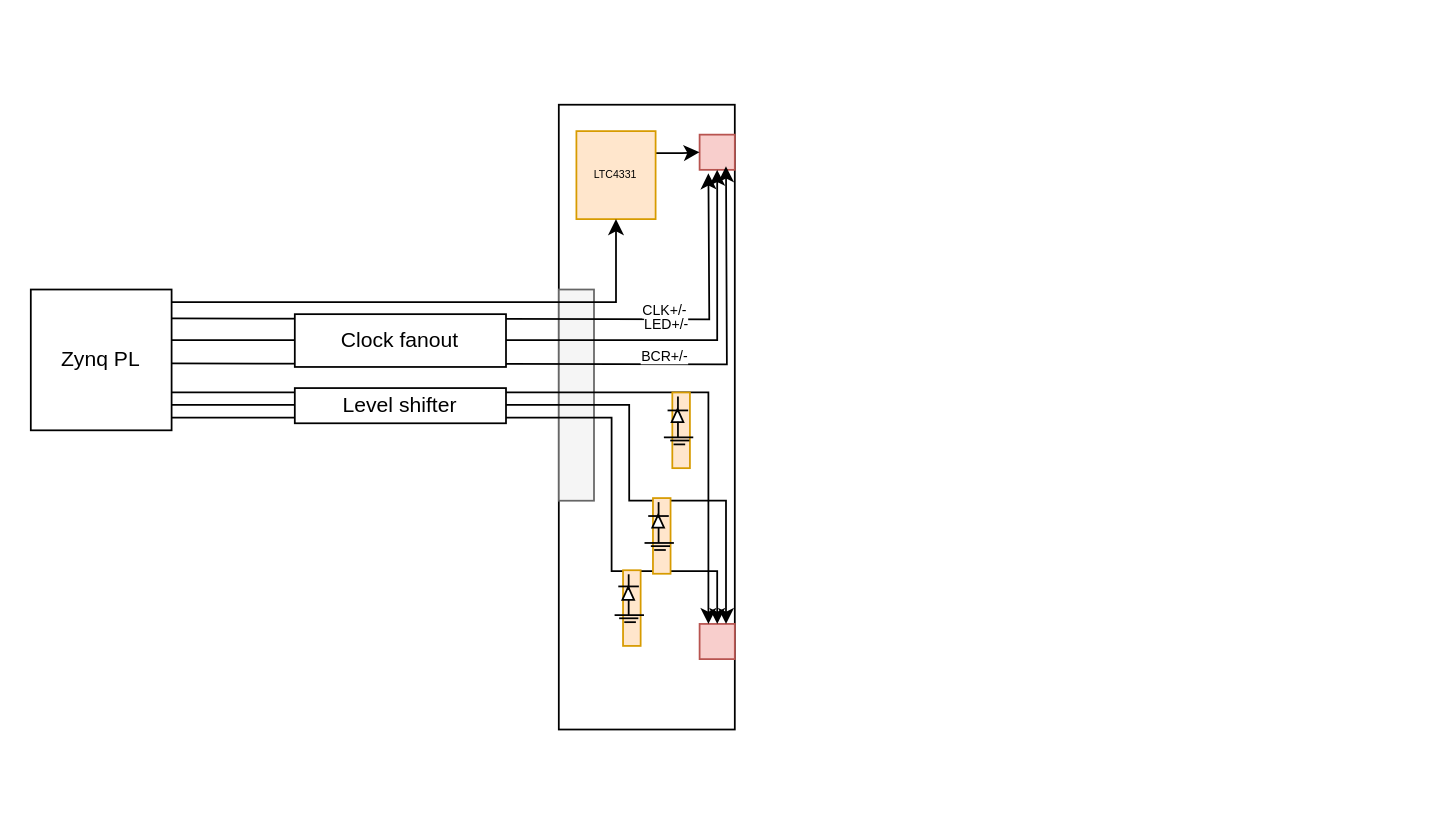
Above: LDMX_TS_I2C_patch.drawio in awhitbeck/drawio (draw.io), before the change. Source tidied: cells renumbered, new cells numbered last; positions are measured from the earlier drawing's top-left corner, leaving out a move shared by most shapes. Both pictures are drawn from the tidied source at 176%, with x=0, y=0 at pixel (30, 104).
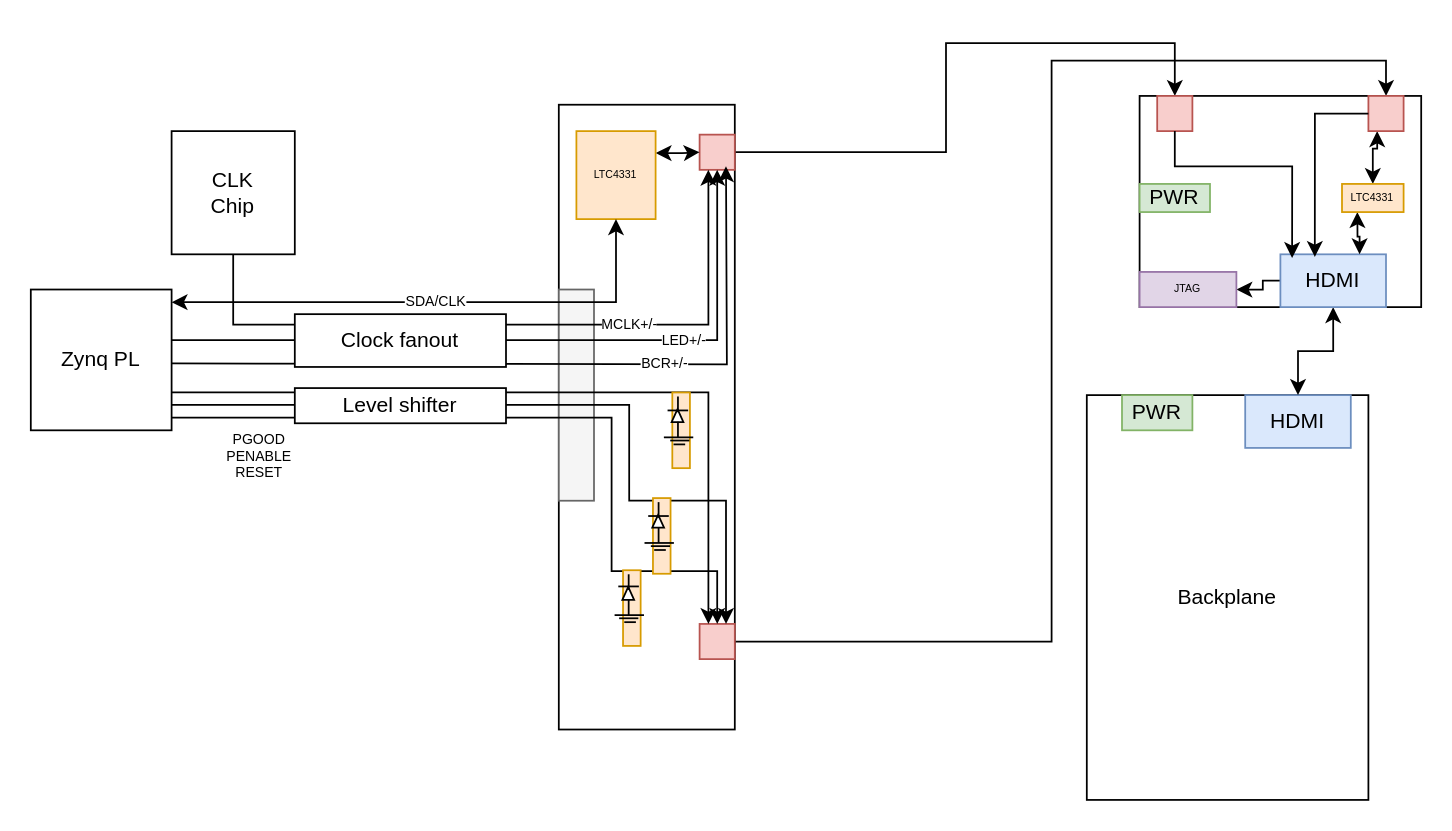
The same diagram, later.

The change refers to these unchanged cells:
```xml
<mxCell id="2" value="Zynq PL" style="whiteSpace=wrap;html=1;points=[[0,0,0,0,0],[0,0.25,0,0,0],[0,0.5,0,0,0],[0,0.75,0,0,0],[0,1,0,0,0],[0.25,0,0,0,0],[0.25,1,0,0,0],[0.5,0,0,0,0],[0.5,1,0,0,0],[0.75,0,0,0,0],[0.75,1,0,0,0],[1,0,0,0,0],[1,0.09,0,0,0],[1,0.18,0,0,0],[1,0.27,0,0,0],[1,0.36,0,0,0],[1,0.45,0,0,0],[1,0.55,0,0,0],[1,0.64,0,0,0],[1,0.73,0,0,0],[1,0.82,0,0,0],[1,0.91,0,0,0],[1,1,0,0,0]];" parent="1" vertex="1">
  <mxGeometry y="105" width="80" height="80" as="geometry" />
</mxCell>
<mxCell id="4" style="rounded=0;whiteSpace=wrap;html=1;fillColor=#f8cecc;strokeColor=#b85450;" parent="1" vertex="1">
  <mxGeometry x="380" y="17" width="20" height="20" as="geometry" />
</mxCell>
<mxCell id="7" value="LTC4331" style="rounded=0;whiteSpace=wrap;html=1;fillColor=#ffe6cc;strokeColor=#d79b00;fontSize=6;" parent="1" vertex="1">
  <mxGeometry x="310" y="15" width="45" height="50" as="geometry" />
</mxCell>
<mxCell id="8" style="rounded=0;whiteSpace=wrap;html=1;fillColor=#f8cecc;strokeColor=#b85450;" parent="1" vertex="1">
  <mxGeometry x="380" y="295" width="20" height="20" as="geometry" />
</mxCell>
```

Change to the diagram source:
```diff
@@
+    <mxCell id="42" style="edgeStyle=orthogonalEdgeStyle;rounded=0;jettySize=auto;html=1;exitX=1;exitY=0.5;exitDx=0;exitDy=0;entryX=0.5;entryY=0;entryDx=0;entryDy=0;" parent="1" edge="1" source="4" target="53">
+      <mxGeometry relative="1" as="geometry">
+        <Array as="points">
+          <mxPoint x="520" y="27" />
+          <mxPoint x="520" y="-35" />
+          <mxPoint x="650" y="-35" />
+        </Array>
+      </mxGeometry>
+    </mxCell>
@@
-    <mxCell id="6" style="edgeStyle=orthogonalEdgeStyle;rounded=0;jettySize=auto;html=1;exitX=1;exitY=0.25;exitDx=0;exitDy=0;entryX=0;entryY=0.5;entryDx=0;entryDy=0;" parent="1" edge="1" source="7" target="4">
+    <mxCell id="6" style="edgeStyle=orthogonalEdgeStyle;rounded=0;jettySize=auto;html=1;exitX=1;exitY=0.25;exitDx=0;exitDy=0;entryX=0;entryY=0.5;entryDx=0;entryDy=0;startArrow=classic;startFill=1;" parent="1" edge="1" source="7" target="4">
       <mxGeometry relative="1" as="geometry">
         <Array as="points">
           <mxPoint x="370" y="27" />
         </Array>
       </mxGeometry>
     </mxCell>
@@
+    <mxCell id="43" style="edgeStyle=orthogonalEdgeStyle;rounded=0;jettySize=auto;html=1;exitX=1;exitY=0.5;exitDx=0;exitDy=0;entryX=0.5;entryY=0;entryDx=0;entryDy=0;" parent="1" edge="1" source="8" target="55">
+      <mxGeometry relative="1" as="geometry" />
+    </mxCell>
@@
-    <mxCell id="12" value="CLK+/-" style="edgeStyle=orthogonalEdgeStyle;rounded=0;orthogonalLoop=1;jettySize=auto;html=1;exitX=1;exitY=0.18;exitDx=0;exitDy=0;exitPerimeter=0;entryX=0.25;entryY=1;entryDx=0;entryDy=0;fontSize=8;spacing=2;" parent="1" edge="1">
-      <mxGeometry x="0.44" y="5" relative="1" as="geometry">
-        <mxPoint x="80" y="121.4" as="sourcePoint" />
-        <mxPoint x="385" y="39" as="targetPoint" />
-      </mxGeometry>
-    </mxCell>
     <mxCell id="13" value="LED+/-" style="edgeStyle=orthogonalEdgeStyle;rounded=0;jettySize=auto;html=1;exitX=1;exitY=0.36;exitDx=0;exitDy=0;exitPerimeter=0;entryX=0.5;entryY=1;entryDx=0;entryDy=0;fontSize=8;" parent="1" edge="1" source="2" target="4">
-      <mxGeometry x="0.38" y="9" relative="1" as="geometry" />
+      <mxGeometry x="0.43" relative="1" as="geometry" />
     </mxCell>
     <mxCell id="14" value="BCR+/-" style="edgeStyle=orthogonalEdgeStyle;rounded=0;orthogonalLoop=1;jettySize=auto;html=1;exitX=1;exitY=0.55;exitDx=0;exitDy=0;exitPerimeter=0;entryX=0.75;entryY=1;entryDx=0;entryDy=0;fontSize=8;" parent="1" edge="1">
-      <mxGeometry x="0.31" y="4" relative="1" as="geometry">
+      <mxGeometry x="0.31" relative="1" as="geometry">
         <mxPoint x="80" y="147" as="sourcePoint" />
         <mxPoint x="395" y="35" as="targetPoint" />
       </mxGeometry>
     </mxCell>
-    <mxCell id="15" style="edgeStyle=orthogonalEdgeStyle;rounded=0;jettySize=auto;html=1;exitX=1;exitY=0.09;exitDx=0;exitDy=0;endArrow=classic;endFill=1;exitPerimeter=0;" parent="1" edge="1" source="2" target="7">
+    <mxCell id="15" value="SDA/CLK" style="edgeStyle=orthogonalEdgeStyle;rounded=0;jettySize=auto;html=1;exitX=1;exitY=0.09;exitDx=0;exitDy=0;endArrow=classic;endFill=1;exitPerimeter=0;startArrow=classic;startFill=1;fontSize=8;" parent="1" edge="1" source="2" target="7">
       <mxGeometry relative="1" as="geometry" />
     </mxCell>
@@
+    <mxCell id="44" value="MCLK+/-" style="edgeStyle=orthogonalEdgeStyle;rounded=0;jettySize=auto;html=1;exitX=0.5;exitY=1;exitDx=0;exitDy=0;entryX=0.25;entryY=1;entryDx=0;entryDy=0;fontSize=8;" parent="1" edge="1" source="45" target="4">
+      <mxGeometry x="0.33" relative="1" as="geometry">
+        <Array as="points">
+          <mxPoint x="115" y="125" />
+          <mxPoint x="385" y="125" />
+        </Array>
+      </mxGeometry>
+    </mxCell>
+    <mxCell id="45" value="CLK&lt;br&gt;Chip" style="rounded=0;whiteSpace=wrap;html=1;" parent="1" vertex="1">
+      <mxGeometry x="80" y="15" width="70" height="70" as="geometry" />
+    </mxCell>
@@
+    <mxCell id="46" value="Backplane" style="rounded=0;whiteSpace=wrap;html=1;" parent="1" vertex="1">
+      <mxGeometry x="600" y="165" width="160" height="230" as="geometry" />
+    </mxCell>
+    <mxCell id="47" value="HDMI" style="rounded=0;whiteSpace=wrap;html=1;fillColor=#dae8fc;strokeColor=#6c8ebf;" parent="1" vertex="1">
+      <mxGeometry x="690" y="165" width="60" height="30" as="geometry" />
+    </mxCell>
+    <mxCell id="48" value="PWR" style="rounded=0;whiteSpace=wrap;html=1;fillColor=#d5e8d4;strokeColor=#82b366;" parent="1" vertex="1">
+      <mxGeometry x="620" y="165" width="40" height="20" as="geometry" />
+    </mxCell>
+    <mxCell id="49" style="rounded=0;whiteSpace=wrap;html=1;" parent="1" vertex="1">
+      <mxGeometry x="630" y="-5" width="160" height="120" as="geometry" />
+    </mxCell>
+    <mxCell id="50" style="edgeStyle=orthogonalEdgeStyle;rounded=0;jettySize=auto;html=1;exitX=0.5;exitY=1;exitDx=0;exitDy=0;entryX=0.5;entryY=0;entryDx=0;entryDy=0;startArrow=classic;startFill=1;" parent="1" edge="1" source="52" target="47">
+      <mxGeometry relative="1" as="geometry" />
+    </mxCell>
+    <mxCell id="51" style="edgeStyle=orthogonalEdgeStyle;rounded=0;jettySize=auto;html=1;exitX=0;exitY=0.5;exitDx=0;exitDy=0;entryX=1;entryY=0.5;entryDx=0;entryDy=0;" parent="1" edge="1" source="52" target="59">
+      <mxGeometry relative="1" as="geometry">
+        <Array as="points">
+          <mxPoint x="700" y="100" />
+          <mxPoint x="700" y="105" />
+        </Array>
+      </mxGeometry>
+    </mxCell>
+    <mxCell id="52" value="HDMI" style="rounded=0;whiteSpace=wrap;html=1;fillColor=#dae8fc;strokeColor=#6c8ebf;" parent="1" vertex="1">
+      <mxGeometry x="710" y="85" width="60" height="30" as="geometry" />
+    </mxCell>
+    <mxCell id="53" style="rounded=0;whiteSpace=wrap;html=1;fillColor=#f8cecc;strokeColor=#b85450;" parent="1" vertex="1">
+      <mxGeometry x="640" y="-5" width="20" height="20" as="geometry" />
+    </mxCell>
+    <mxCell id="54" style="edgeStyle=orthogonalEdgeStyle;rounded=0;jettySize=auto;html=1;exitX=0.25;exitY=1;exitDx=0;exitDy=0;entryX=0.5;entryY=0;entryDx=0;entryDy=0;startArrow=classic;startFill=1;" parent="1" edge="1" source="55" target="57">
+      <mxGeometry relative="1" as="geometry">
+        <Array as="points">
+          <mxPoint x="765" y="25" />
+          <mxPoint x="762" y="25" />
+        </Array>
+      </mxGeometry>
+    </mxCell>
+    <mxCell id="55" style="rounded=0;whiteSpace=wrap;html=1;fillColor=#f8cecc;strokeColor=#b85450;" parent="1" vertex="1">
+      <mxGeometry x="760" y="-5" width="20" height="20" as="geometry" />
+    </mxCell>
+    <mxCell id="56" style="edgeStyle=orthogonalEdgeStyle;rounded=0;jettySize=auto;html=1;exitX=0.25;exitY=1;exitDx=0;exitDy=0;entryX=0.75;entryY=0;entryDx=0;entryDy=0;startArrow=classic;startFill=1;" parent="1" edge="1" source="57" target="52">
+      <mxGeometry relative="1" as="geometry">
+        <Array as="points">
+          <mxPoint x="754" y="75" />
+          <mxPoint x="755" y="75" />
+        </Array>
+      </mxGeometry>
+    </mxCell>
+    <mxCell id="57" value="LTC4331" style="rounded=0;whiteSpace=wrap;html=1;fillColor=#ffe6cc;strokeColor=#d79b00;fontSize=6;" parent="1" vertex="1">
+      <mxGeometry x="745" y="45" width="35" height="16" as="geometry" />
+    </mxCell>
+    <mxCell id="58" value="PWR" style="rounded=0;whiteSpace=wrap;html=1;fillColor=#d5e8d4;strokeColor=#82b366;" parent="1" vertex="1">
+      <mxGeometry x="630" y="45" width="40" height="16" as="geometry" />
+    </mxCell>
+    <mxCell id="59" value="JTAG" style="rounded=0;whiteSpace=wrap;html=1;fillColor=#e1d5e7;strokeColor=#9673a6;fontSize=6;" parent="1" vertex="1">
+      <mxGeometry x="630" y="95" width="55" height="20" as="geometry" />
+    </mxCell>
+    <mxCell id="60" style="edgeStyle=orthogonalEdgeStyle;rounded=0;jettySize=auto;html=1;exitX=0.5;exitY=1;exitDx=0;exitDy=0;entryX=0.111;entryY=0.071;entryDx=0;entryDy=0;entryPerimeter=0;" parent="1" edge="1" source="53" target="52">
+      <mxGeometry relative="1" as="geometry">
+        <Array as="points">
+          <mxPoint x="650" y="35" />
+          <mxPoint x="717" y="35" />
+        </Array>
+      </mxGeometry>
+    </mxCell>
+    <mxCell id="61" style="edgeStyle=orthogonalEdgeStyle;rounded=0;jettySize=auto;html=1;exitX=0;exitY=0.5;exitDx=0;exitDy=0;entryX=0.326;entryY=0.049;entryDx=0;entryDy=0;entryPerimeter=0;" parent="1" edge="1" source="55" target="52">
+      <mxGeometry relative="1" as="geometry" />
+    </mxCell>
+    <mxCell id="62" value="PGOOD&lt;br style=&quot;font-size: 8px;&quot;&gt;PENABLE&lt;br style=&quot;font-size: 8px;&quot;&gt;RESET" style="text;html=1;strokeColor=none;fillColor=none;align=center;verticalAlign=middle;whiteSpace=wrap;rounded=0;fontSize=8;" parent="1" vertex="1">
+      <mxGeometry x="100" y="185" width="60" height="30" as="geometry" />
+    </mxCell>
```
